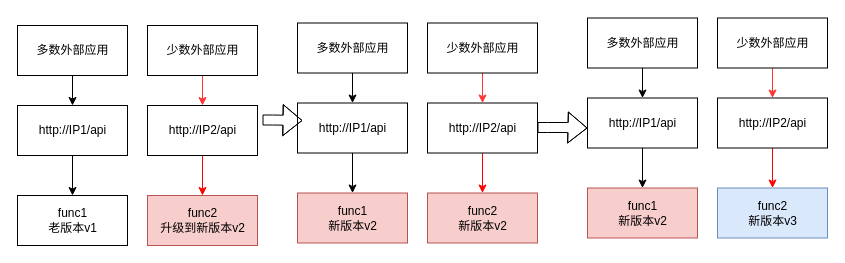
This is page "拆分后发版方案" (5 of 6) of devops.drawio from mashifei/uml, a draw.io file, before an edit. Source tidied: cells renumbered, new cells numbered last; positions are measured from the earlier drawing's top-left corner, leaving out a move shared by most shapes. Both pictures are drawn from the tidied source at 100%, with x=0, y=0 at pixel (17, 17).
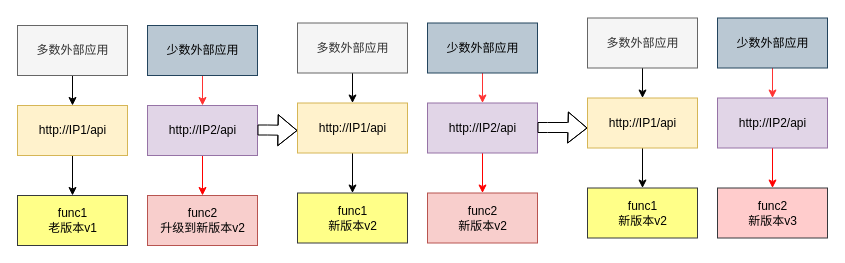
The same page after the edit.

The edit, as a diff of the source:
```diff
@@
-    <mxCell id="2" value="func1&lt;br&gt;老版本v1" style="html=1;rounded=0;strokeColor=#000000;" parent="1" vertex="1">
+    <mxCell id="2" value="func1&lt;br&gt;老版本v1" style="html=1;rounded=0;strokeColor=#36393d;fillColor=#ffff88;" parent="1" vertex="1">
       <mxGeometry y="178" width="110" height="50" as="geometry" />
     </mxCell>
@@
-    <mxCell id="5" value="http://IP1/api" style="html=1;rounded=0;strokeColor=#000000;" parent="1" vertex="1">
+    <mxCell id="5" value="http://IP1/api" style="html=1;rounded=0;strokeColor=#d6b656;fillColor=#fff2cc;" parent="1" vertex="1">
       <mxGeometry y="88" width="110" height="50" as="geometry" />
     </mxCell>
@@
-    <mxCell id="7" value="多数外部应用" style="html=1;rounded=0;strokeColor=#000000;" parent="1" vertex="1">
+    <mxCell id="7" value="多数外部应用" style="html=1;rounded=0;strokeColor=#666666;fillColor=#f5f5f5;fontColor=#333333;" parent="1" vertex="1">
       <mxGeometry y="8" width="110" height="50" as="geometry" />
     </mxCell>
@@
-    <mxCell id="9" value="http://IP2/api" style="html=1;rounded=0;strokeColor=#000000;" parent="1" vertex="1">
+    <mxCell id="9" value="http://IP2/api" style="html=1;rounded=0;strokeColor=#9673a6;fillColor=#e1d5e7;" parent="1" vertex="1">
       <mxGeometry x="130" y="88" width="110" height="50" as="geometry" />
     </mxCell>
@@
-    <mxCell id="11" value="少数外部应用" style="html=1;rounded=0;strokeColor=#000000;" parent="1" vertex="1">
+    <mxCell id="11" value="少数外部应用" style="html=1;rounded=0;strokeColor=#23445d;fillColor=#bac8d3;" parent="1" vertex="1">
       <mxGeometry x="130" y="8" width="110" height="50" as="geometry" />
     </mxCell>
-    <mxCell id="12" value="func1&lt;br&gt;新版本v2" style="html=1;rounded=0;strokeColor=#b85450;fillColor=#f8cecc;" parent="1" vertex="1">
+    <mxCell id="12" value="func1&lt;br&gt;新版本v2" style="html=1;rounded=0;strokeColor=#36393d;fillColor=#ffff88;" parent="1" vertex="1">
       <mxGeometry x="280" y="175.5" width="110" height="50" as="geometry" />
     </mxCell>
@@
-    <mxCell id="15" value="http://IP1/api" style="html=1;rounded=0;strokeColor=#000000;" parent="1" vertex="1">
+    <mxCell id="15" value="http://IP1/api" style="html=1;rounded=0;strokeColor=#d6b656;fillColor=#fff2cc;" parent="1" vertex="1">
       <mxGeometry x="280" y="85.5" width="110" height="50" as="geometry" />
     </mxCell>
@@
-    <mxCell id="17" value="多数外部应用" style="html=1;rounded=0;strokeColor=#000000;" parent="1" vertex="1">
+    <mxCell id="17" value="多数外部应用" style="html=1;rounded=0;strokeColor=#666666;fillColor=#f5f5f5;fontColor=#333333;" parent="1" vertex="1">
       <mxGeometry x="280" y="5.5" width="110" height="50" as="geometry" />
     </mxCell>
@@
-    <mxCell id="19" value="http://IP2/api" style="html=1;rounded=0;strokeColor=#000000;" parent="1" vertex="1">
+    <mxCell id="19" value="http://IP2/api" style="html=1;rounded=0;strokeColor=#9673a6;fillColor=#e1d5e7;" parent="1" vertex="1">
       <mxGeometry x="410" y="85.5" width="110" height="50" as="geometry" />
     </mxCell>
@@
-    <mxCell id="21" value="少数外部应用" style="html=1;rounded=0;strokeColor=#000000;" parent="1" vertex="1">
+    <mxCell id="21" value="少数外部应用" style="html=1;rounded=0;strokeColor=#23445d;fillColor=#bac8d3;" parent="1" vertex="1">
       <mxGeometry x="410" y="5.5" width="110" height="50" as="geometry" />
     </mxCell>
     <mxCell id="22" style="shape=flexArrow;endArrow=classic;html=1;" parent="1" edge="1">
       <mxGeometry relative="1" as="geometry">
-        <mxPoint x="245" y="102.5" as="sourcePoint" />
-        <mxPoint x="285" y="103" as="targetPoint" />
+        <mxPoint x="240" y="112.5" as="sourcePoint" />
+        <mxPoint x="280" y="113" as="targetPoint" />
         <Array as="points">
-          <mxPoint x="255" y="102.5" />
+          <mxPoint x="250" y="112.5" />
         </Array>
       </mxGeometry>
     </mxCell>
-    <mxCell id="23" value="func1&lt;br&gt;新版本v2" style="html=1;rounded=0;strokeColor=#b85450;fillColor=#f8cecc;" parent="1" vertex="1">
+    <mxCell id="23" value="func1&lt;br&gt;新版本v2" style="html=1;rounded=0;strokeColor=#36393d;fillColor=#ffff88;" parent="1" vertex="1">
       <mxGeometry x="570" y="170.5" width="110" height="50" as="geometry" />
     </mxCell>
-    <mxCell id="24" value="func2&lt;br&gt;新版本v3" style="html=1;rounded=0;strokeColor=#6c8ebf;fillColor=#dae8fc;" parent="1" vertex="1">
+    <mxCell id="24" value="func2&lt;br&gt;新版本v3" style="html=1;rounded=0;strokeColor=#36393d;fillColor=#ffcccc;" parent="1" vertex="1">
       <mxGeometry x="700" y="170.5" width="110" height="50" as="geometry" />
     </mxCell>
@@
-    <mxCell id="26" value="http://IP1/api" style="html=1;rounded=0;strokeColor=#000000;" parent="1" vertex="1">
+    <mxCell id="26" value="http://IP1/api" style="html=1;rounded=0;strokeColor=#d6b656;fillColor=#fff2cc;" parent="1" vertex="1">
       <mxGeometry x="570" y="80.5" width="110" height="50" as="geometry" />
     </mxCell>
@@
-    <mxCell id="28" value="多数外部应用" style="html=1;rounded=0;strokeColor=#000000;" parent="1" vertex="1">
+    <mxCell id="28" value="多数外部应用" style="html=1;rounded=0;strokeColor=#666666;fillColor=#f5f5f5;fontColor=#333333;" parent="1" vertex="1">
       <mxGeometry x="570" y="0.5" width="110" height="50" as="geometry" />
     </mxCell>
@@
-    <mxCell id="30" value="http://IP2/api" style="html=1;rounded=0;strokeColor=#000000;" parent="1" vertex="1">
+    <mxCell id="30" value="http://IP2/api" style="html=1;rounded=0;strokeColor=#9673a6;fillColor=#e1d5e7;" parent="1" vertex="1">
       <mxGeometry x="700" y="80.5" width="110" height="50" as="geometry" />
     </mxCell>
@@
-    <mxCell id="32" value="少数外部应用" style="html=1;rounded=0;strokeColor=#000000;" parent="1" vertex="1">
+    <mxCell id="32" value="少数外部应用" style="html=1;rounded=0;strokeColor=#23445d;fillColor=#bac8d3;" parent="1" vertex="1">
       <mxGeometry x="700" y="0.5" width="110" height="50" as="geometry" />
     </mxCell>
```
